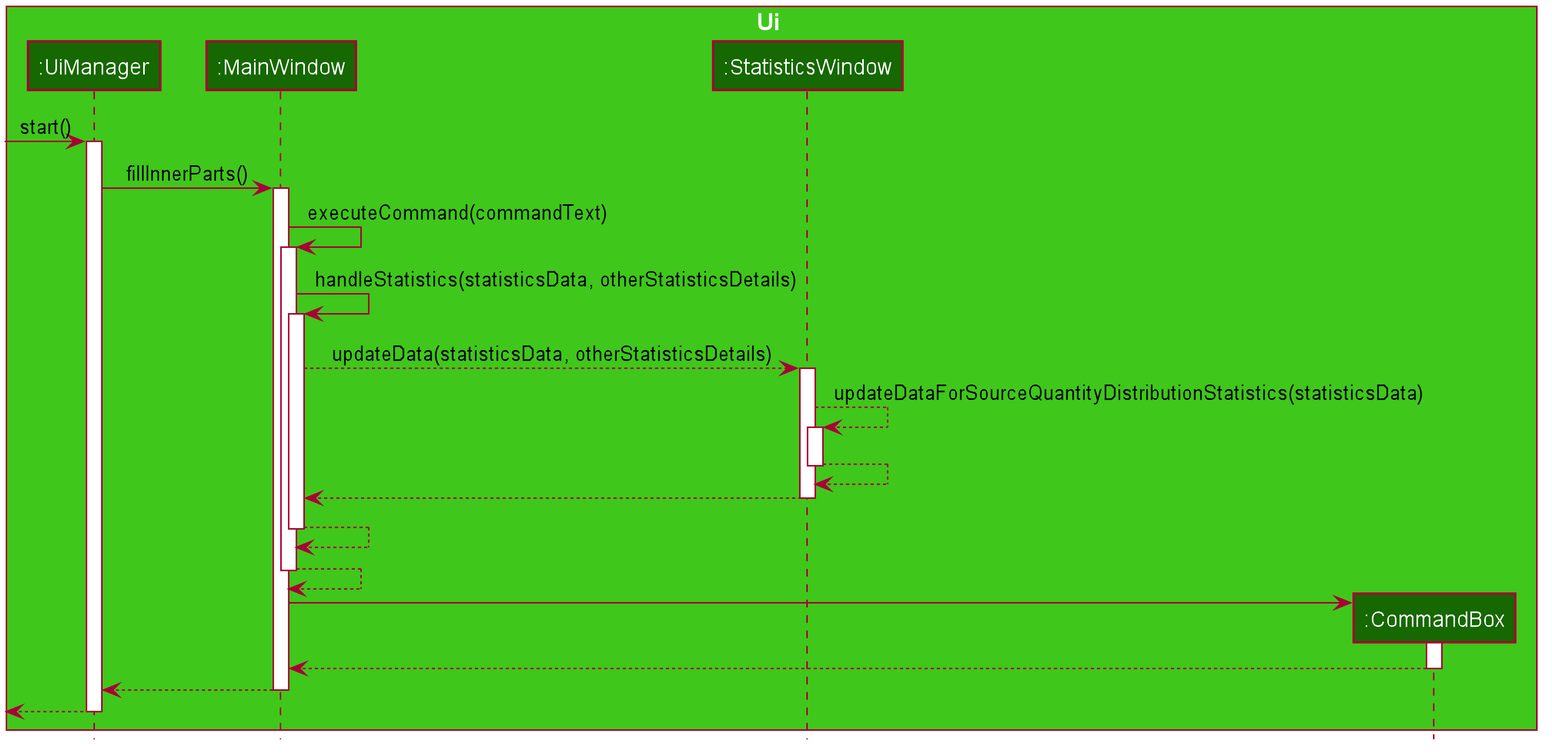
This is docs/images/StatisticsCommandSequenceDiagramUiExample2.png from nus-cs2103-AY2021S1/tp, a PlantUML export, as it was before one commit.
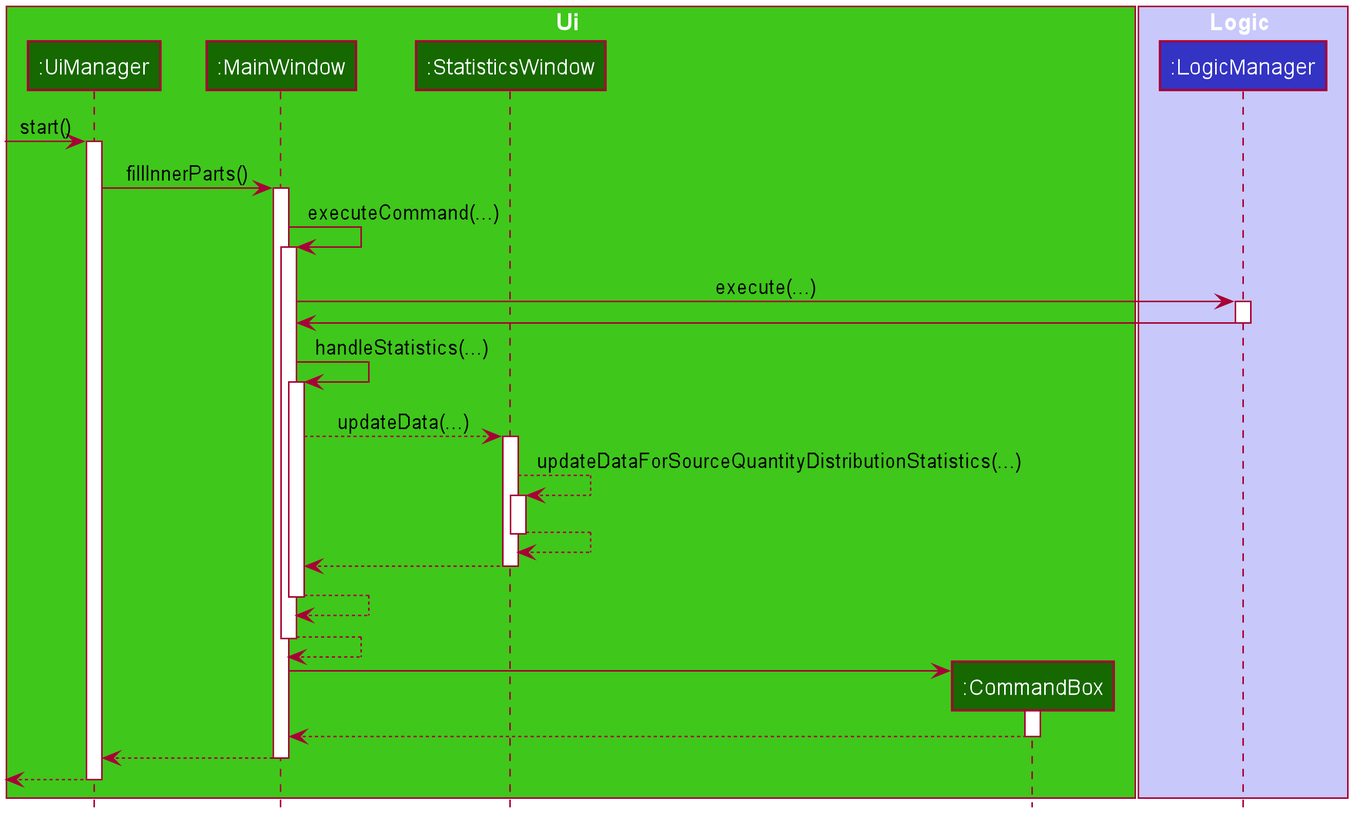
Later version of the same file.

What changed in the source:
```diff
@@ -55,6 +55,9 @@
 participant ":CommandBox" as CommandBox #166800
 end box
 
+box Logic #C8C8FA
+participant ":LogicManager" as LogicManager #3333C4
+end box
 
 [-> UiManager : start()
 activate UiManager
@@ -62,16 +65,22 @@
 UiManager -> MainWindow : fillInnerParts()
 activate MainWindow
 
-MainWindow -> MainWindow : executeCommand(commandText)
+MainWindow -> MainWindow : executeCommand(...)
 activate MainWindow
 
-MainWindow -> MainWindow : handleStatistics(statisticsData, otherStatisticsDetails)
+MainWindow -> LogicManager : execute(...)
+activate LogicManager
+
+LogicManager -> MainWindow
+deactivate LogicManager
+
+MainWindow -> MainWindow : handleStatistics(...)
 activate MainWindow
 
-MainWindow --> StatisticsWindow : updateData(statisticsData, otherStatisticsDetails)
+MainWindow --> StatisticsWindow : updateData(...)
 activate StatisticsWindow
 
-StatisticsWindow --> StatisticsWindow : updateDataForSourceQuantityDistributionStatistics(statisticsData)
+StatisticsWindow --> StatisticsWindow : updateDataForSourceQuantityDistributionStatistics(...)
 activate StatisticsWindow
 
 StatisticsWindow --> StatisticsWindow
```
